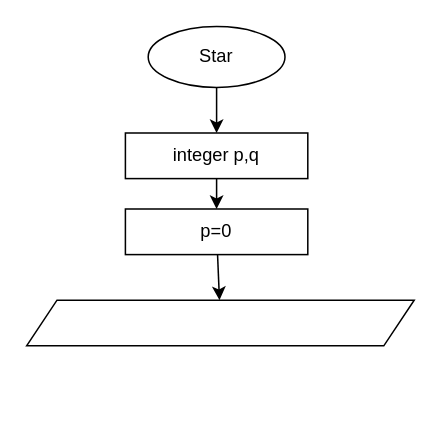
The draw.io diagram flowchart.drawio in maulliidda/MaulidaFP12, before the edit. Source tidied: cells renumbered, new cells numbered last; positions are measured from the earlier drawing's top-left corner, leaving out a move shared by most shapes. Both pictures are drawn from the tidied source at 152%, with x=0, y=0 at pixel (26, 26).
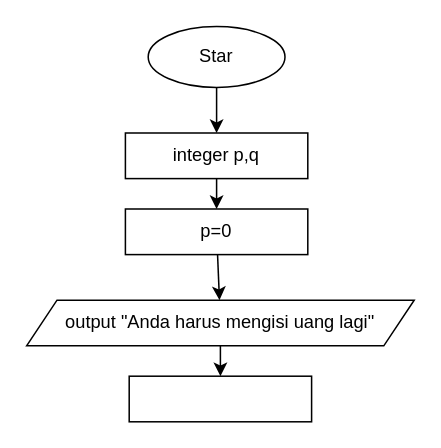
Above is the later version.

Commit message:
Add input for variabel q

What changed in the source:
```diff
@@
 <mxGraphModel>
   <root>
     <mxCell id="0" />
     <mxCell id="1" parent="0" />
     <mxCell id="2" style="edgeStyle=none;html=1;" parent="1" edge="1" source="3" target="5">
       <mxGeometry relative="1" as="geometry" />
     </mxCell>
     <mxCell id="3" value="Star" style="ellipse;whiteSpace=wrap;html=1;" parent="1" vertex="1">
       <mxGeometry x="80" width="90" height="40" as="geometry" />
     </mxCell>
     <mxCell id="4" style="edgeStyle=none;html=1;" parent="1" edge="1" source="5" target="7">
       <mxGeometry relative="1" as="geometry" />
     </mxCell>
     <mxCell id="5" value="integer p,q" style="whiteSpace=wrap;html=1;" parent="1" vertex="1">
       <mxGeometry x="65" y="70" width="120" height="30" as="geometry" />
     </mxCell>
     <mxCell id="6" style="edgeStyle=none;html=1;" parent="1" edge="1" source="7" target="8">
       <mxGeometry relative="1" as="geometry" />
     </mxCell>
     <mxCell id="7" value="p=0" style="whiteSpace=wrap;html=1;" parent="1" vertex="1">
       <mxGeometry x="65" y="120" width="120" height="30" as="geometry" />
     </mxCell>
+    <mxCell id="9" style="edgeStyle=none;html=1;" parent="1" edge="1" source="8" target="10">
+      <mxGeometry relative="1" as="geometry" />
+    </mxCell>
-    <mxCell id="8" style="shape=parallelogram;perimeter=parallelogramPerimeter;whiteSpace=wrap;html=1;fixedSize=1;" parent="1" vertex="1">
+    <mxCell id="8" value="output &quot;Anda harus mengisi uang lagi&quot;" style="shape=parallelogram;perimeter=parallelogramPerimeter;whiteSpace=wrap;html=1;fixedSize=1;" parent="1" vertex="1">
       <mxGeometry y="180" width="255" height="30" as="geometry" />
     </mxCell>
+    <mxCell id="10" style="whiteSpace=wrap;html=1;" parent="1" vertex="1">
+      <mxGeometry x="67.5" y="230" width="120" height="30" as="geometry" />
+    </mxCell>
   </root>
 </mxGraphModel>
```
